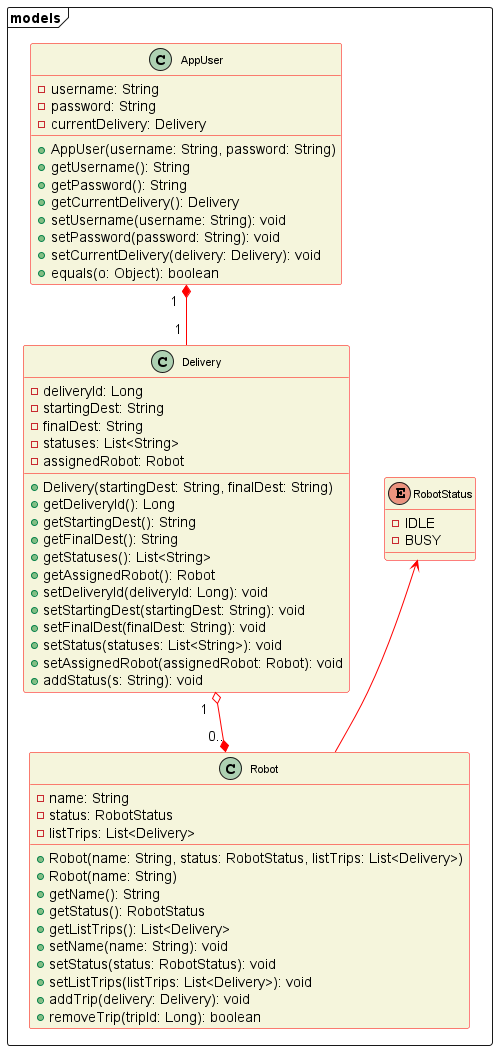
Above: diagrams/UML_diagram.png in bardia-p/carleton-mail-delivery-robot (PlantUML), before the change. Its diagram source:
```plantuml
@startuml UML_diagram
skinparam classFontSize 11
skinparam classBackgroundColor beige
skinparam ClassBorderColor red
skinparam ArrowColor red


package "models" <<frame>> {

    class "AppUser" {
        - username: String
        - password: String
        - currentDelivery: Delivery
        + AppUser(username: String, password: String)
        + getUsername(): String
        + getPassword(): String
        + getCurrentDelivery(): Delivery
        + setUsername(username: String): void
        + setPassword(password: String): void
        + setCurrentDelivery(delivery: Delivery): void
        + equals(o: Object): boolean
    }

    class "Robot" {
        - name: String
        - status: RobotStatus
        - listTrips: List<Delivery>
        + Robot(name: String, status: RobotStatus, listTrips: List<Delivery>)
        + Robot(name: String)
        + getName(): String
        + getStatus(): RobotStatus
        + getListTrips(): List<Delivery>
        + setName(name: String): void
        + setStatus(status: RobotStatus): void
        + setListTrips(listTrips: List<Delivery>): void
        + addTrip(delivery: Delivery): void
        + removeTrip(tripId: Long): boolean
    }


    enum "RobotStatus" {
        - IDLE
        - BUSY
    }

    class "Delivery" {
        - deliveryId: Long
        - startingDest: String
        - finalDest: String
        - statuses: List<String>
        - assignedRobot: Robot
        + Delivery(startingDest: String, finalDest: String)
        + getDeliveryId(): Long
        + getStartingDest(): String
        + getFinalDest(): String
        + getStatuses(): List<String>
        + getAssignedRobot(): Robot
        + setDeliveryId(deliveryId: Long): void
        + setStartingDest(startingDest: String): void
        + setFinalDest(finalDest: String): void
        + setStatus(statuses: List<String>): void
        + setAssignedRobot(assignedRobot: Robot): void
        + addStatus(s: String): void
    }
}

"Robot" -up-> "RobotStatus"

"Delivery" "1  " o--* "0.." "Robot"
"AppUser" "1  " *-- "1 " "Delivery"
@enduml
```
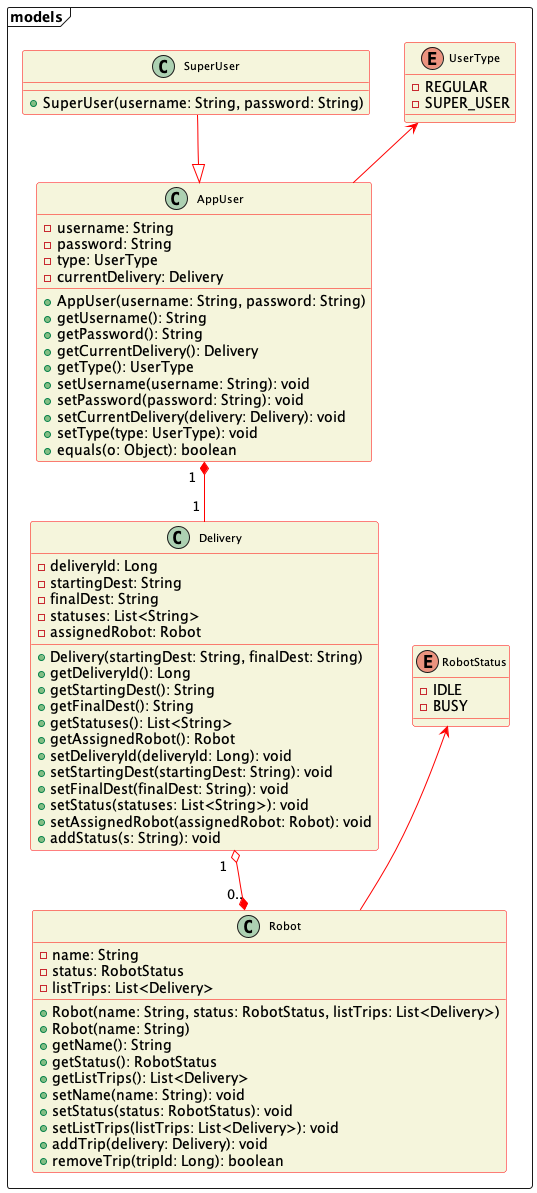
The same diagram one commit later.

What changed in the source:
```diff
@@ -10,15 +10,27 @@
     class "AppUser" {
         - username: String
         - password: String
+        - type: UserType
         - currentDelivery: Delivery
         + AppUser(username: String, password: String)
         + getUsername(): String
         + getPassword(): String
         + getCurrentDelivery(): Delivery
+        + getType(): UserType
         + setUsername(username: String): void
         + setPassword(password: String): void
         + setCurrentDelivery(delivery: Delivery): void
+        + setType(type: UserType): void
         + equals(o: Object): boolean
+    }
+
+    class "SuperUser" {
+        + SuperUser(username: String, password: String)
+    }
+
+    enum "UserType" {
+        - REGULAR
+        - SUPER_USER
     }
 
     class "Robot" {
@@ -68,4 +80,6 @@
 
 "Delivery" "1  " o--* "0.." "Robot"
 "AppUser" "1  " *-- "1 " "Delivery"
+"AppUser" -up-> "UserType"
+"SuperUser" --|> "AppUser"
 @enduml
```
